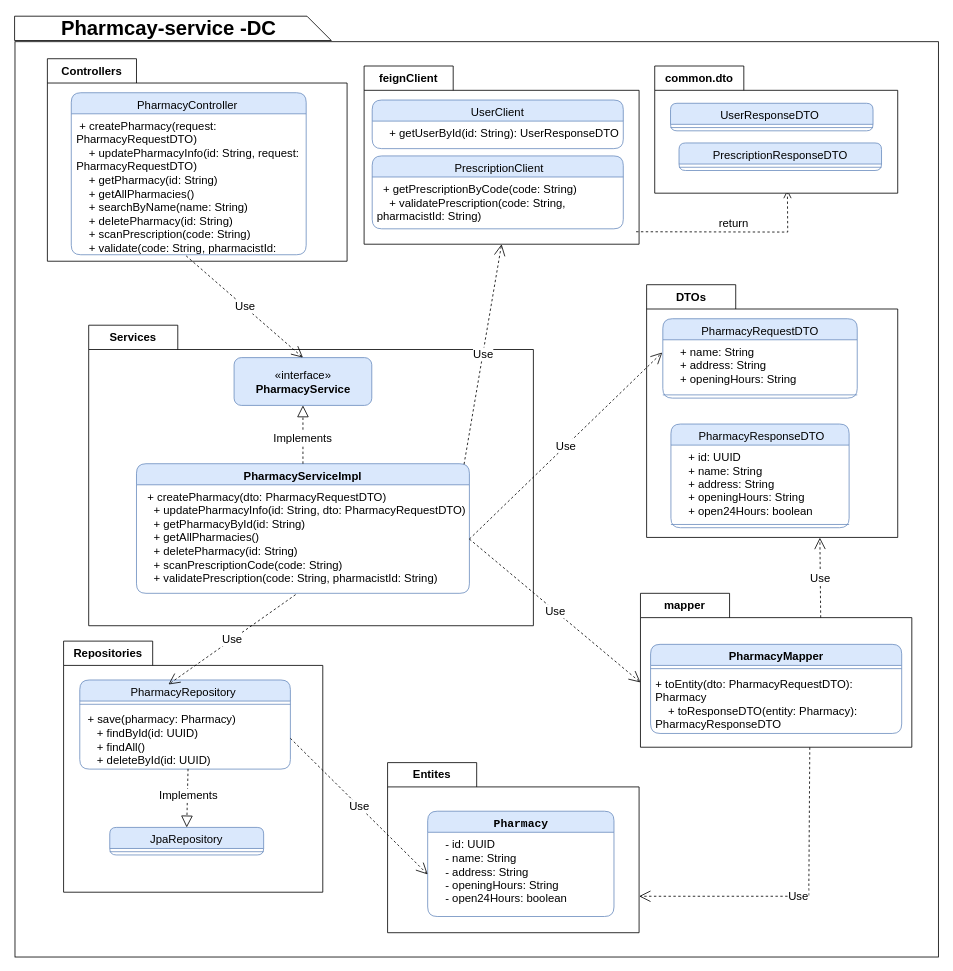
Earlier version of the draw.io diagram Pharmcay Class.drawio (siwar630/Conception-pfe). Source tidied: cells renumbered, new cells numbered last; positions are measured from the earlier drawing's top-left corner, leaving out a move shared by most shapes. Both pictures are drawn from the tidied source at 81%, with x=0, y=0 at pixel (15, -130).
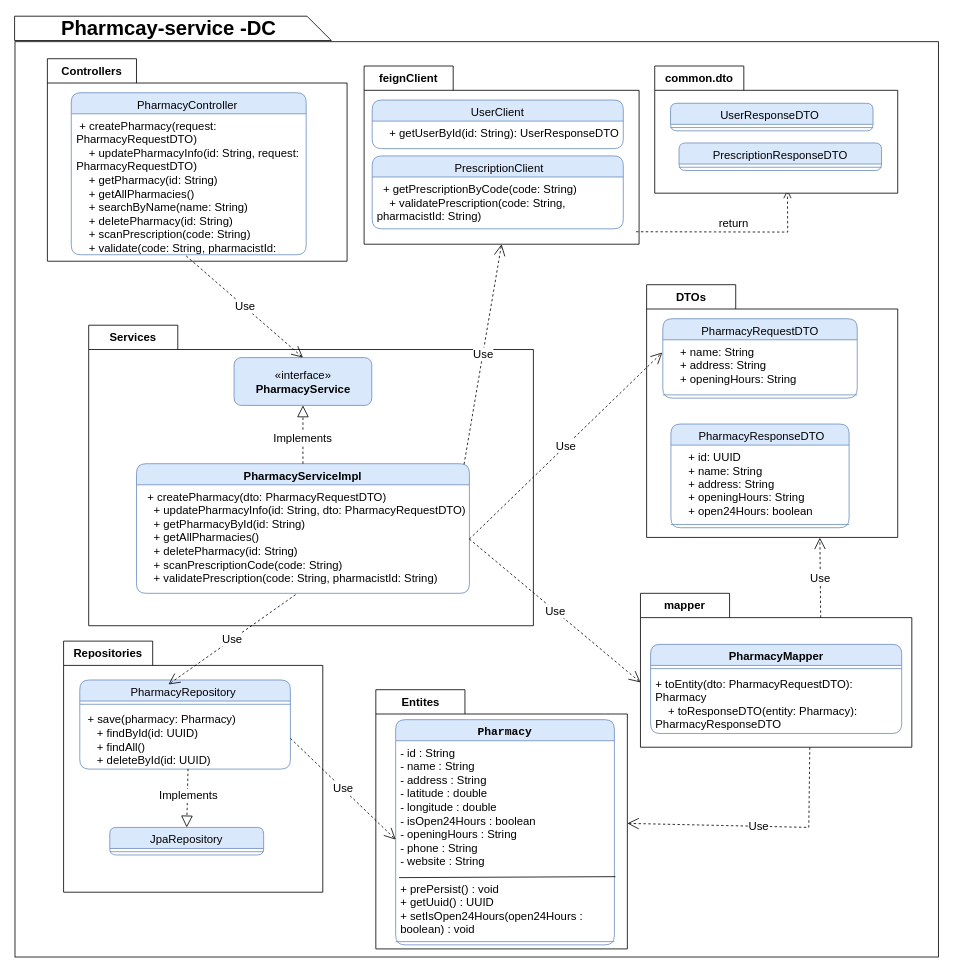
After the change.

Commit message:
Mettre à jour Pharmcay Class.drawio

The change refers to these unchanged cells:
```xml
<mxCell id="48" value="mapper" style="shape=folder;fontStyle=1;tabWidth=110;tabHeight=30;tabPosition=left;html=1;boundedLbl=1;labelInHeader=1;whiteSpace=wrap;fontSize=14;" parent="1" vertex="1">
  <mxGeometry x="772.2" y="893" width="335" height="190" as="geometry" />
</mxCell>
```

Change to the diagram source:
```diff
@@
     <mxCell id="3" value="Entites" style="shape=folder;fontStyle=1;tabWidth=110;tabHeight=30;tabPosition=left;html=1;boundedLbl=1;labelInHeader=1;whiteSpace=wrap;fontSize=14;" parent="1" vertex="1">
-      <mxGeometry x="460" y="1102" width="310.5" height="210" as="geometry" />
+      <mxGeometry x="445.5" y="1012" width="310.5" height="320" as="geometry" />
     </mxCell>
     <mxCell id="4" value="&lt;div style=&quot;text-align: left;&quot;&gt;&lt;font face=&quot;monospace&quot;&gt;Pharmacy&lt;/font&gt;&lt;/div&gt;" style="swimlane;fontStyle=1;align=center;verticalAlign=top;horizontal=1;startSize=26;whiteSpace=wrap;html=1;fillColor=#dae8fc;strokeColor=#6c8ebf;rounded=1;fontSize=14;" parent="3" vertex="1">
-      <mxGeometry x="49.5" y="60" width="230" height="130" as="geometry" />
+      <mxGeometry x="24.5" y="37" width="270" height="278" as="geometry" />
     </mxCell>
-    <mxCell id="5" value="&lt;div&gt;&lt;div&gt;&amp;nbsp; &amp;nbsp; - id: UUID&lt;/div&gt;&lt;div&gt;&amp;nbsp; &amp;nbsp; - name: String&lt;/div&gt;&lt;div&gt;&amp;nbsp; &amp;nbsp; - address: String&lt;/div&gt;&lt;div&gt;&amp;nbsp; &amp;nbsp; - openingHours: String&lt;/div&gt;&lt;div&gt;&amp;nbsp; &amp;nbsp; - open24Hours: boolean&lt;/div&gt;&lt;/div&gt;" style="text;strokeColor=none;fillColor=none;align=left;verticalAlign=top;spacingLeft=4;spacingRight=4;overflow=hidden;points=[[0,0.5],[1,0.5]];portConstraint=eastwest;whiteSpace=wrap;html=1;rounded=1;fontSize=14;" parent="4" vertex="1">
-      <mxGeometry y="26" width="230" height="104" as="geometry" />
+    <mxCell id="5" value="&lt;div&gt;- id : String&lt;/div&gt;&lt;div&gt;- name : String&lt;/div&gt;&lt;div&gt;- address : String&lt;/div&gt;&lt;div&gt;- latitude : double&lt;/div&gt;&lt;div&gt;- longitude : double&lt;/div&gt;&lt;div&gt;- isOpen24Hours : boolean&lt;/div&gt;&lt;div&gt;- openingHours : String&lt;/div&gt;&lt;div&gt;- phone : String&lt;/div&gt;&lt;div&gt;- website : String&lt;/div&gt;&lt;div&gt;&lt;br&gt;&lt;/div&gt;&lt;div&gt;&lt;div&gt;+ prePersist() : void&lt;/div&gt;&lt;div&gt;+ getUuid() : UUID&lt;/div&gt;&lt;div&gt;+ setIsOpen24Hours(open24Hours : boolean) : void&lt;/div&gt;&lt;/div&gt;" style="text;strokeColor=none;fillColor=none;align=left;verticalAlign=top;spacingLeft=4;spacingRight=4;overflow=hidden;points=[[0,0.5],[1,0.5]];portConstraint=eastwest;whiteSpace=wrap;html=1;rounded=1;fontSize=14;" parent="4" vertex="1">
+      <mxGeometry y="26" width="270" height="244" as="geometry" />
     </mxCell>
+    <mxCell id="55" style="line;strokeWidth=1;fillColor=none;align=left;verticalAlign=middle;spacingTop=-1;spacingLeft=3;spacingRight=3;labelPosition=right;strokeColor=inherit;rounded=1;fontSize=14;" parent="4" vertex="1">
+      <mxGeometry y="270" width="270" height="8" as="geometry" />
+    </mxCell>
+    <mxCell id="56" style="endArrow=none;html=1;rounded=0;entryX=1.005;entryY=0.655;entryDx=0;entryDy=0;entryPerimeter=0;" parent="4" edge="1">
+      <mxGeometry relative="1" as="geometry">
+        <mxPoint x="4.2" y="195" as="sourcePoint" />
+        <mxPoint x="271.3" y="193.8" as="targetPoint" />
+      </mxGeometry>
+    </mxCell>
@@
     <mxCell id="53" value="Use" style="endArrow=open;endSize=12;dashed=1;html=1;rounded=0;exitX=0.624;exitY=1.001;exitDx=0;exitDy=0;entryX=0;entryY=0;entryDx=310.5;entryDy=165;entryPerimeter=0;fontSize=14;exitPerimeter=0;" parent="1" edge="1" source="48" target="3">
       <mxGeometry relative="1" as="geometry">
         <Array as="points">
-          <mxPoint x="980" y="1267" />
+          <mxPoint x="980" y="1182" />
         </Array>
       </mxGeometry>
     </mxCell>
```
